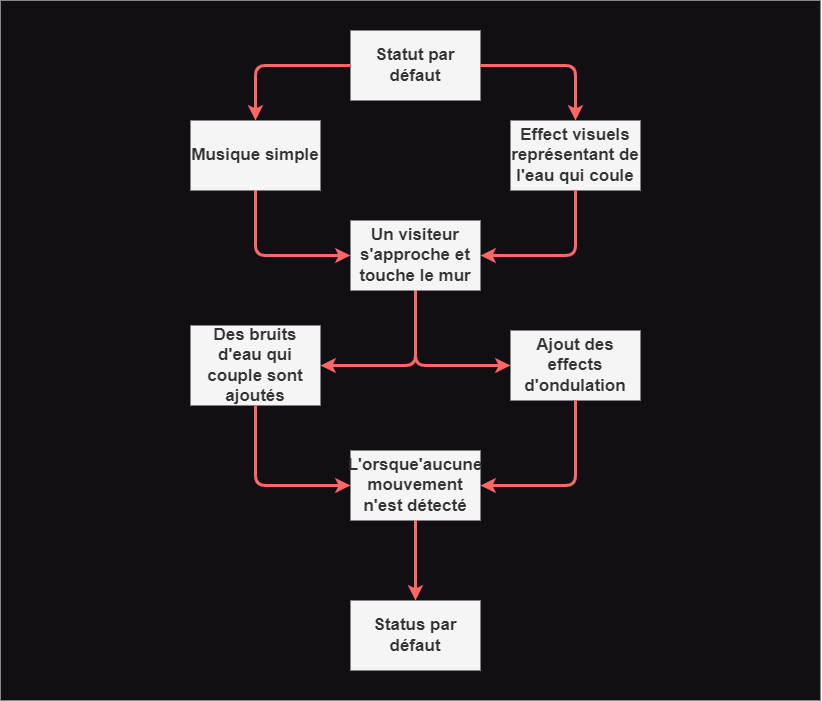
Before: images for water/test2.png, a diagram exported from draw.io (Antoha2033/Anton_Nikulin-EF-3-Planification). Source tidied: cells renumbered, new cells last; positions are measured from the earlier drawing's top-left corner, leaving out a move shared by most shapes. Source of this version:
```xml
<mxGraphModel>
  <root>
    <mxCell id="0" />
    <mxCell id="1" parent="0" />
    <mxCell id="2" style="whiteSpace=wrap;html=1;strokeColor=none;fillColor=#110E14;" parent="1" vertex="1">
      <mxGeometry width="820" height="700" as="geometry" />
    </mxCell>
    <mxCell id="3" style="edgeStyle=none;html=1;exitX=0;exitY=0.5;exitDx=0;exitDy=0;entryX=0.5;entryY=0;entryDx=0;entryDy=0;strokeColor=#FF6666;strokeWidth=3;" parent="1" edge="1" source="5" target="7">
      <mxGeometry relative="1" as="geometry">
        <Array as="points">
          <mxPoint x="255" y="65" />
        </Array>
      </mxGeometry>
    </mxCell>
    <mxCell id="4" style="edgeStyle=none;html=1;exitX=1;exitY=0.5;exitDx=0;exitDy=0;entryX=0.5;entryY=0;entryDx=0;entryDy=0;strokeColor=#FF6666;strokeWidth=3;" parent="1" edge="1" source="5" target="9">
      <mxGeometry relative="1" as="geometry">
        <Array as="points">
          <mxPoint x="575" y="65" />
        </Array>
      </mxGeometry>
    </mxCell>
    <mxCell id="5" value="&lt;div&gt;&lt;font style=&quot;font-size: 17px;&quot;&gt;&lt;b&gt;Statut par défaut&lt;/b&gt;&lt;/font&gt;&lt;/div&gt;" style="whiteSpace=wrap;html=1;fillColor=#f5f5f5;fontColor=#333333;strokeColor=none;" parent="1" vertex="1">
      <mxGeometry x="350" y="30" width="130" height="70" as="geometry" />
    </mxCell>
    <mxCell id="6" style="edgeStyle=none;html=1;exitX=0.5;exitY=1;exitDx=0;exitDy=0;entryX=0;entryY=0.5;entryDx=0;entryDy=0;strokeColor=#FF6666;strokeWidth=3;" parent="1" edge="1" source="7" target="12">
      <mxGeometry relative="1" as="geometry">
        <Array as="points">
          <mxPoint x="255" y="255" />
        </Array>
      </mxGeometry>
    </mxCell>
    <mxCell id="7" value="&lt;div&gt;&lt;font style=&quot;font-size: 17px;&quot;&gt;&lt;b&gt;Musique simple&lt;/b&gt;&lt;/font&gt;&lt;/div&gt;" style="whiteSpace=wrap;html=1;fillColor=#f5f5f5;fontColor=#333333;strokeColor=none;" parent="1" vertex="1">
      <mxGeometry x="190" y="120" width="130" height="70" as="geometry" />
    </mxCell>
    <mxCell id="8" style="edgeStyle=none;html=1;exitX=0.5;exitY=1;exitDx=0;exitDy=0;entryX=1;entryY=0.5;entryDx=0;entryDy=0;strokeColor=#FF6666;strokeWidth=3;" parent="1" edge="1" source="9" target="12">
      <mxGeometry relative="1" as="geometry">
        <Array as="points">
          <mxPoint x="575" y="255" />
        </Array>
      </mxGeometry>
    </mxCell>
    <mxCell id="9" value="&lt;div&gt;&lt;font style=&quot;font-size: 17px;&quot;&gt;&lt;b&gt;Effect visuels représentant de l'eau qui coule&lt;/b&gt;&lt;/font&gt;&lt;/div&gt;" style="whiteSpace=wrap;html=1;fillColor=#f5f5f5;fontColor=#333333;strokeColor=none;" parent="1" vertex="1">
      <mxGeometry x="510" y="120" width="130" height="70" as="geometry" />
    </mxCell>
    <mxCell id="10" style="edgeStyle=none;html=1;entryX=1;entryY=0.5;entryDx=0;entryDy=0;strokeColor=#FF6666;strokeWidth=3;exitX=0.5;exitY=1;exitDx=0;exitDy=0;" parent="1" edge="1" source="12" target="14">
      <mxGeometry relative="1" as="geometry">
        <Array as="points">
          <mxPoint x="415" y="365" />
        </Array>
      </mxGeometry>
    </mxCell>
    <mxCell id="11" style="edgeStyle=none;html=1;exitX=0.5;exitY=1;exitDx=0;exitDy=0;entryX=0;entryY=0.5;entryDx=0;entryDy=0;strokeColor=#FF6666;strokeWidth=3;" parent="1" edge="1" source="12" target="16">
      <mxGeometry relative="1" as="geometry">
        <Array as="points">
          <mxPoint x="415" y="365" />
        </Array>
      </mxGeometry>
    </mxCell>
    <mxCell id="12" value="&lt;div&gt;&lt;font style=&quot;font-size: 17px;&quot;&gt;&lt;b&gt;Un visiteur s'approche et touche le mur&lt;/b&gt;&lt;/font&gt;&lt;/div&gt;" style="whiteSpace=wrap;html=1;fillColor=#f5f5f5;fontColor=#333333;strokeColor=none;" parent="1" vertex="1">
      <mxGeometry x="350" y="220" width="130" height="70" as="geometry" />
    </mxCell>
    <mxCell id="13" style="edgeStyle=none;html=1;exitX=0.5;exitY=1;exitDx=0;exitDy=0;entryX=0;entryY=0.5;entryDx=0;entryDy=0;strokeColor=#FF6666;strokeWidth=3;" parent="1" edge="1" source="14" target="18">
      <mxGeometry relative="1" as="geometry">
        <Array as="points">
          <mxPoint x="255" y="485" />
        </Array>
      </mxGeometry>
    </mxCell>
    <mxCell id="14" value="&lt;div&gt;&lt;font style=&quot;font-size: 17px;&quot;&gt;&lt;b&gt;Des bruits d'eau qui couple sont ajoutés&lt;/b&gt;&lt;/font&gt;&lt;/div&gt;" style="whiteSpace=wrap;html=1;fillColor=#f5f5f5;fontColor=#333333;strokeColor=none;" parent="1" vertex="1">
      <mxGeometry x="190" y="325" width="130" height="80" as="geometry" />
    </mxCell>
    <mxCell id="15" style="edgeStyle=none;html=1;exitX=0.5;exitY=1;exitDx=0;exitDy=0;entryX=1;entryY=0.5;entryDx=0;entryDy=0;strokeColor=#FF6666;strokeWidth=3;" parent="1" edge="1" source="16" target="18">
      <mxGeometry relative="1" as="geometry">
        <Array as="points">
          <mxPoint x="575" y="485" />
        </Array>
      </mxGeometry>
    </mxCell>
    <mxCell id="16" value="&lt;div&gt;&lt;font style=&quot;font-size: 17px;&quot;&gt;&lt;b&gt;Ajout des effects d'ondulation&lt;/b&gt;&lt;/font&gt;&lt;/div&gt;" style="whiteSpace=wrap;html=1;fillColor=#f5f5f5;fontColor=#333333;strokeColor=none;" parent="1" vertex="1">
      <mxGeometry x="510" y="330" width="130" height="70" as="geometry" />
    </mxCell>
    <mxCell id="17" style="edgeStyle=none;html=1;exitX=0.5;exitY=1;exitDx=0;exitDy=0;entryX=0.5;entryY=0;entryDx=0;entryDy=0;strokeColor=#FF6666;strokeWidth=3;" parent="1" edge="1" source="18" target="19">
      <mxGeometry relative="1" as="geometry" />
    </mxCell>
    <mxCell id="18" value="&lt;span style=&quot;font-size: 17px;&quot;&gt;&lt;b&gt;L'orsque'aucune mouvement n'est détecté&lt;/b&gt;&lt;/span&gt;" style="whiteSpace=wrap;html=1;fillColor=#f5f5f5;fontColor=#333333;strokeColor=none;" parent="1" vertex="1">
      <mxGeometry x="350" y="450" width="130" height="70" as="geometry" />
    </mxCell>
    <mxCell id="19" value="&lt;span style=&quot;font-size: 17px;&quot;&gt;&lt;b&gt;Status par défaut&lt;/b&gt;&lt;/span&gt;" style="whiteSpace=wrap;html=1;fillColor=#f5f5f5;fontColor=#333333;strokeColor=none;" parent="1" vertex="1">
      <mxGeometry x="350" y="600" width="130" height="70" as="geometry" />
    </mxCell>
  </root>
</mxGraphModel>
```
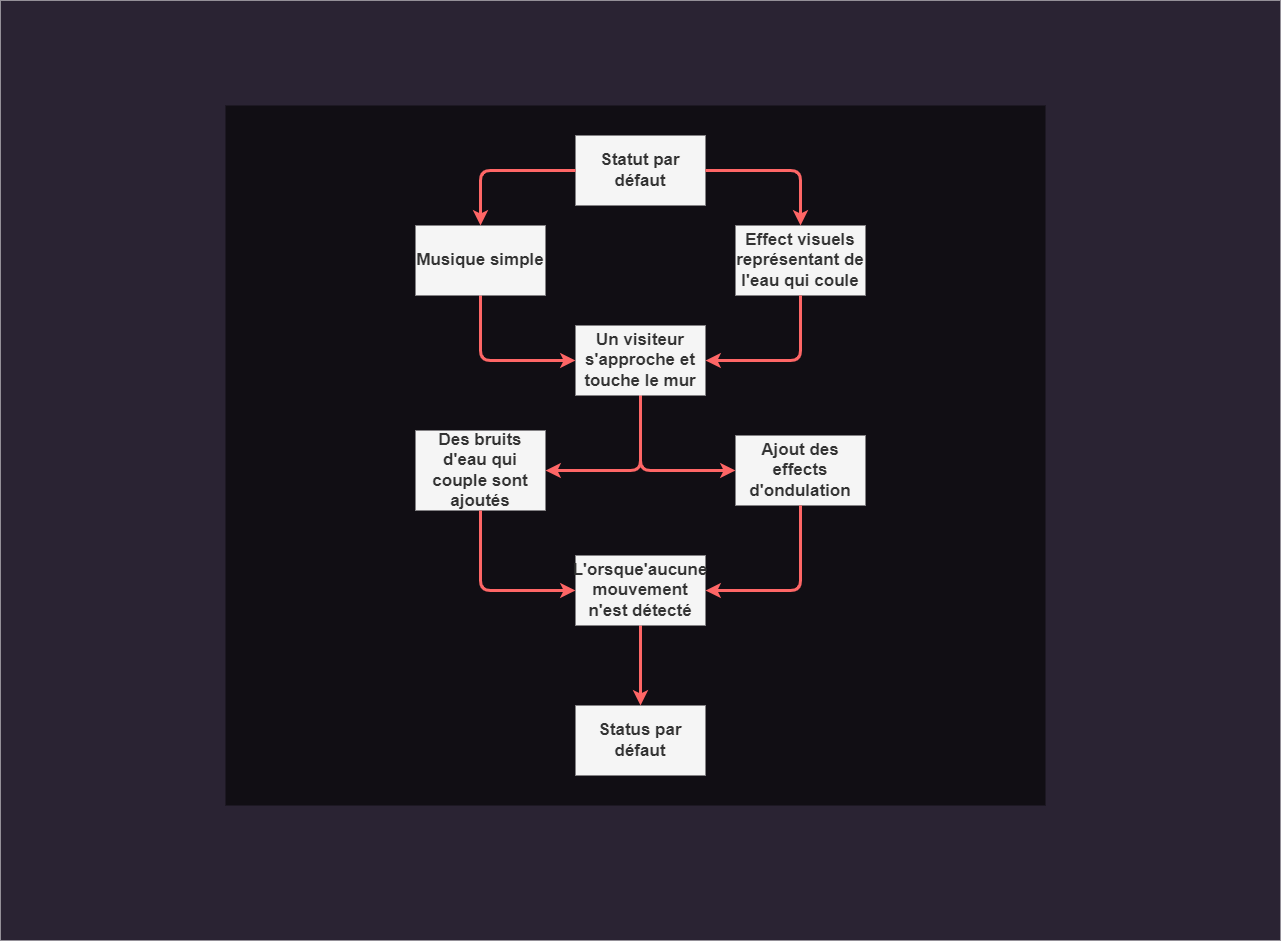
Later version of the same file.

Change to the diagram source:
```diff
@@ -2,6 +2,9 @@
   <root>
     <mxCell id="0" />
     <mxCell id="1" parent="0" />
+    <mxCell id="20" style="whiteSpace=wrap;html=1;fillColor=#2A2333;strokeColor=none;" parent="1" vertex="1">
+      <mxGeometry x="-225" y="-105" width="1280" height="940" as="geometry" />
+    </mxCell>
     <mxCell id="2" style="whiteSpace=wrap;html=1;strokeColor=none;fillColor=#110E14;" parent="1" vertex="1">
       <mxGeometry width="820" height="700" as="geometry" />
     </mxCell>
```
